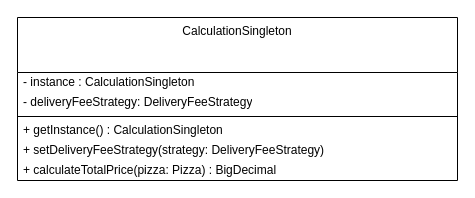
The draw.io diagram Calculation/Untitled Diagram.drawio in perazaharmonics/Java-OOD, before the edit. Source tidied: cells renumbered, new cells numbered last; positions are measured from the earlier drawing's top-left corner, leaving out a move shared by most shapes. Both pictures are drawn from the tidied source at 100%, with x=0, y=0 at pixel (17, 17).
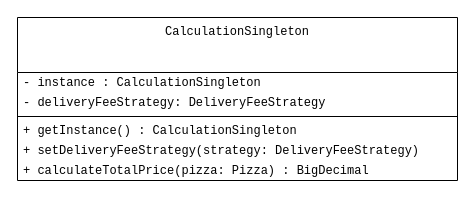
The same diagram, later.

Diff of the diagram source:
```diff
@@
 <mxGraphModel>
   <root>
     <mxCell id="0" />
     <mxCell id="1" parent="0" />
-    <mxCell id="2" value="CalculationSingleton" style="swimlane;fontStyle=0;align=center;verticalAlign=top;horizontal=1;startSize=55;html=1;whiteSpace=wrap;" parent="1" vertex="1">
+    <mxCell id="2" value="&lt;font face=&quot;Courier New&quot;&gt;CalculationSingleton&lt;/font&gt;" style="swimlane;fontStyle=0;align=center;verticalAlign=top;horizontal=1;startSize=55;html=1;whiteSpace=wrap;" parent="1" vertex="1">
       <mxGeometry width="440" height="163" as="geometry" />
     </mxCell>
-    <mxCell id="3" value="- instance : CalculationSingleton" style="text;html=1;strokeColor=none;fillColor=none;align=left;verticalAlign=middle;spacingLeft=4;spacingRight=4;overflow=hidden;whiteSpace=wrap;" parent="2" vertex="1">
+    <mxCell id="3" value="&lt;font face=&quot;Courier New&quot;&gt;- instance : CalculationSingleton&lt;/font&gt;" style="text;html=1;strokeColor=none;fillColor=none;align=left;verticalAlign=middle;spacingLeft=4;spacingRight=4;overflow=hidden;whiteSpace=wrap;" parent="2" vertex="1">
       <mxGeometry y="55" width="440" height="20" as="geometry" />
     </mxCell>
-    <mxCell id="4" value="- deliveryFeeStrategy: DeliveryFeeStrategy" style="text;html=1;strokeColor=none;fillColor=none;align=left;verticalAlign=middle;spacingLeft=4;spacingRight=4;overflow=hidden;whiteSpace=wrap;" parent="2" vertex="1">
+    <mxCell id="4" value="&lt;font face=&quot;Courier New&quot;&gt;- deliveryFeeStrategy: DeliveryFeeStrategy&lt;/font&gt;" style="text;html=1;strokeColor=none;fillColor=none;align=left;verticalAlign=middle;spacingLeft=4;spacingRight=4;overflow=hidden;whiteSpace=wrap;" parent="2" vertex="1">
       <mxGeometry y="75" width="440" height="20" as="geometry" />
     </mxCell>
     <mxCell id="5" style="line;strokeWidth=1;fillColor=none;align=left;verticalAlign=middle;spacingTop=-1;spacingLeft=3;spacingRight=3;labelPosition=right;" parent="2" vertex="1">
       <mxGeometry y="95" width="440" height="8" as="geometry" />
     </mxCell>
-    <mxCell id="6" value="+ getInstance() : CalculationSingleton" style="text;html=1;strokeColor=none;fillColor=none;align=left;verticalAlign=middle;spacingLeft=4;spacingRight=4;overflow=hidden;whiteSpace=wrap;" parent="2" vertex="1">
+    <mxCell id="6" value="&lt;font face=&quot;Courier New&quot;&gt;+ getInstance() : CalculationSingleton&lt;/font&gt;" style="text;html=1;strokeColor=none;fillColor=none;align=left;verticalAlign=middle;spacingLeft=4;spacingRight=4;overflow=hidden;whiteSpace=wrap;" parent="2" vertex="1">
       <mxGeometry y="103" width="440" height="20" as="geometry" />
     </mxCell>
-    <mxCell id="7" value="+ setDeliveryFeeStrategy(strategy: DeliveryFeeStrategy)" style="text;html=1;strokeColor=none;fillColor=none;align=left;verticalAlign=middle;spacingLeft=4;spacingRight=4;overflow=hidden;whiteSpace=wrap;" parent="2" vertex="1">
+    <mxCell id="7" value="&lt;font face=&quot;Courier New&quot;&gt;+ setDeliveryFeeStrategy(strategy: DeliveryFeeStrategy)&lt;/font&gt;" style="text;html=1;strokeColor=none;fillColor=none;align=left;verticalAlign=middle;spacingLeft=4;spacingRight=4;overflow=hidden;whiteSpace=wrap;" parent="2" vertex="1">
       <mxGeometry y="123" width="440" height="20" as="geometry" />
     </mxCell>
-    <mxCell id="8" value="+ calculateTotalPrice(pizza: Pizza) : BigDecimal" style="text;html=1;strokeColor=none;fillColor=none;align=left;verticalAlign=middle;spacingLeft=4;spacingRight=4;overflow=hidden;whiteSpace=wrap;" parent="2" vertex="1">
+    <mxCell id="8" value="&lt;font face=&quot;Courier New&quot;&gt;+ calculateTotalPrice(pizza: Pizza) : BigDecimal&lt;/font&gt;" style="text;html=1;strokeColor=none;fillColor=none;align=left;verticalAlign=middle;spacingLeft=4;spacingRight=4;overflow=hidden;whiteSpace=wrap;" parent="2" vertex="1">
       <mxGeometry y="143" width="440" height="20" as="geometry" />
     </mxCell>
   </root>
 </mxGraphModel>
```
